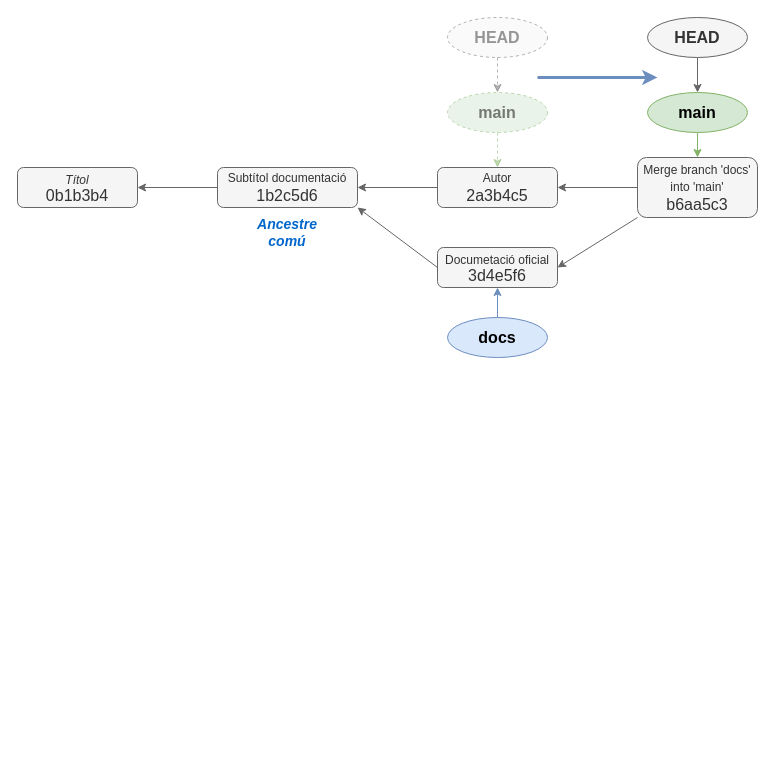
Above: docs/apunts/02_branques/img/after_divergent.drawio in joapuiib/curs-git (draw.io), before the change. Source tidied: cells renumbered, new cells numbered last; positions are measured from the earlier drawing's top-left corner, leaving out a move shared by most shapes. Both pictures are drawn from the tidied source at 100%, with x=0, y=0 at pixel (17, 17).
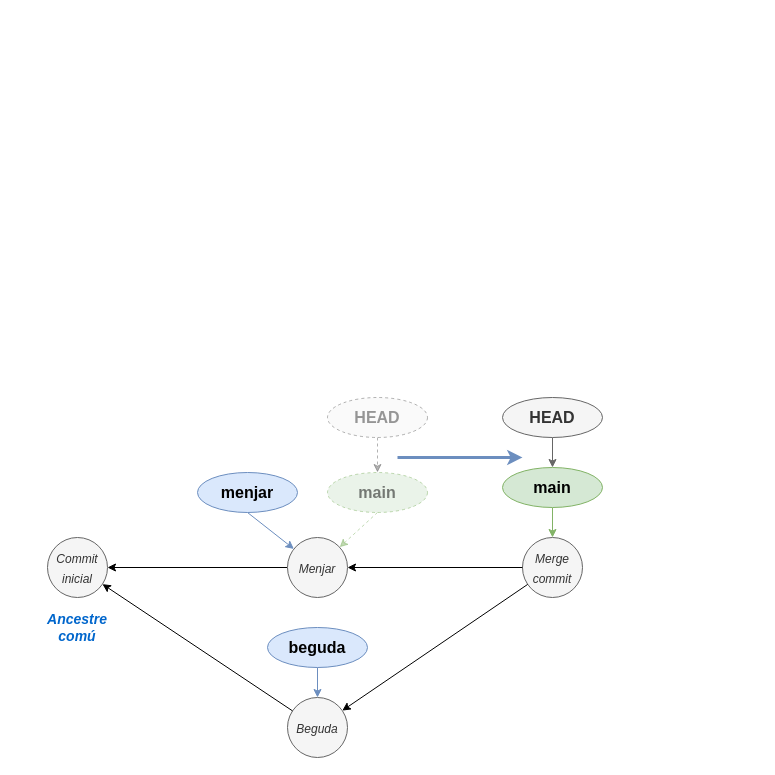
The same diagram, later.

Diff of the diagram source:
```diff
@@
+    <mxCell id="24" value="&lt;i style=&quot;font-size: 16px;&quot;&gt;&lt;font style=&quot;font-size: 12px;&quot;&gt;Commit inicial&lt;/font&gt;&lt;/i&gt;" style="ellipse;whiteSpace=wrap;html=1;fillColor=#f5f5f5;fontColor=#333333;strokeColor=#666666;" parent="1" vertex="1">
+      <mxGeometry x="30" y="520" width="60" height="60" as="geometry" />
+    </mxCell>
+    <mxCell id="25" style="rounded=0;jettySize=auto;html=1;" parent="1" edge="1" source="26" target="24">
+      <mxGeometry relative="1" as="geometry" />
+    </mxCell>
+    <mxCell id="26" value="&lt;i style=&quot;font-size: 16px;&quot;&gt;&lt;font style=&quot;font-size: 12px;&quot;&gt;Menjar&lt;/font&gt;&lt;/i&gt;" style="ellipse;whiteSpace=wrap;html=1;fillColor=#f5f5f5;fontColor=#333333;strokeColor=#666666;" parent="1" vertex="1">
+      <mxGeometry x="270" y="520" width="60" height="60" as="geometry" />
+    </mxCell>
+    <mxCell id="27" style="rounded=0;jettySize=auto;html=1;exitX=0.5;exitY=1;exitDx=0;exitDy=0;fillColor=#dae8fc;strokeColor=#6c8ebf;" parent="1" edge="1" source="28" target="26">
+      <mxGeometry relative="1" as="geometry" />
+    </mxCell>
+    <mxCell id="28" value="menjar" style="ellipse;whiteSpace=wrap;html=1;fillColor=#dae8fc;strokeColor=#6c8ebf;fontSize=16;fontStyle=1;" parent="1" vertex="1">
+      <mxGeometry x="180" y="455" width="100" height="40" as="geometry" />
+    </mxCell>
+    <mxCell id="29" value="&lt;i style=&quot;font-size: 16px;&quot;&gt;&lt;font style=&quot;font-size: 12px;&quot;&gt;Beguda&lt;/font&gt;&lt;/i&gt;" style="ellipse;whiteSpace=wrap;html=1;fillColor=#f5f5f5;fontColor=#333333;strokeColor=#666666;" parent="1" vertex="1">
+      <mxGeometry x="270" y="680" width="60" height="60" as="geometry" />
+    </mxCell>
+    <mxCell id="30" style="rounded=0;jettySize=auto;html=1;exitX=0.5;exitY=1;exitDx=0;exitDy=0;fillColor=#dae8fc;strokeColor=#6c8ebf;" parent="1" edge="1" source="31" target="29">
+      <mxGeometry relative="1" as="geometry" />
+    </mxCell>
+    <mxCell id="31" value="beguda" style="ellipse;whiteSpace=wrap;html=1;fillColor=#dae8fc;strokeColor=#6c8ebf;fontSize=16;fontStyle=1;" parent="1" vertex="1">
+      <mxGeometry x="250" y="610" width="100" height="40" as="geometry" />
+    </mxCell>
+    <mxCell id="32" style="rounded=0;jettySize=auto;html=1;" parent="1" edge="1" source="29" target="24">
+      <mxGeometry relative="1" as="geometry" />
+    </mxCell>
     <mxCell id="2" value="&lt;font color=&quot;#0066cc&quot; style=&quot;font-size: 14px;&quot;&gt;&lt;b&gt;Ancestre comú&lt;/b&gt;&lt;/font&gt;" style="text;html=1;strokeColor=none;fillColor=none;align=center;verticalAlign=middle;whiteSpace=wrap;rounded=0;fontStyle=2;" parent="1" vertex="1">
-      <mxGeometry x="240" y="200" width="60" height="30" as="geometry" />
+      <mxGeometry x="30" y="595" width="60" height="30" as="geometry" />
     </mxCell>
-    <mxCell id="3" value="&lt;div style=&quot;line-height: 100%;&quot;&gt;&lt;span style=&quot;background-color: initial;&quot;&gt;&lt;span style=&quot;font-size: 12px;&quot;&gt;&lt;i&gt;Títol&lt;/i&gt;&lt;/span&gt;&lt;/span&gt;&lt;/div&gt;&lt;div style=&quot;line-height: 100%;&quot;&gt;&lt;span style=&quot;background-color: initial;&quot;&gt;0b1b3b4&lt;/span&gt;&lt;br&gt;&lt;/div&gt;" style="rounded=1;whiteSpace=wrap;html=1;fontSize=16;fillColor=#f5f5f5;strokeColor=#666666;fontColor=#333333;" parent="1" vertex="1">
-      <mxGeometry y="150" width="120" height="40" as="geometry" />
-    </mxCell>
-    <mxCell id="4" style="rounded=0;jettySize=auto;html=1;exitX=0.5;exitY=1;exitDx=0;exitDy=0;fillColor=#dae8fc;strokeColor=#6c8ebf;" parent="1" edge="1" source="5" target="13">
-      <mxGeometry relative="1" as="geometry" />
-    </mxCell>
-    <mxCell id="5" value="docs" style="ellipse;whiteSpace=wrap;html=1;fillColor=#dae8fc;strokeColor=#6c8ebf;fontSize=16;fontStyle=1;" parent="1" vertex="1">
-      <mxGeometry x="430" y="300" width="100" height="40" as="geometry" />
-    </mxCell>
-    <mxCell id="6" style="edgeStyle=orthogonalEdgeStyle;rounded=0;jettySize=auto;html=1;exitX=0;exitY=0.5;exitDx=0;exitDy=0;fillColor=#f5f5f5;strokeColor=#666666;" parent="1" edge="1" source="7" target="3">
-      <mxGeometry relative="1" as="geometry" />
-    </mxCell>
-    <mxCell id="7" value="&lt;div style=&quot;line-height: 100%;&quot;&gt;&lt;font style=&quot;font-size: 12px;&quot;&gt;Subtítol documentació&lt;/font&gt;&lt;/div&gt;1b2c5d6" style="rounded=1;whiteSpace=wrap;html=1;fontSize=16;fillColor=#f5f5f5;strokeColor=#666666;fontColor=#333333;" parent="1" vertex="1">
-      <mxGeometry x="200" y="150" width="140" height="40" as="geometry" />
-    </mxCell>
-    <mxCell id="8" style="rounded=0;jettySize=auto;html=1;exitX=0.5;exitY=1;exitDx=0;exitDy=0;fillColor=#d5e8d4;strokeColor=#82b366;opacity=50;dashed=1;textOpacity=50;" parent="1" edge="1" source="9" target="14">
-      <mxGeometry relative="1" as="geometry" />
-    </mxCell>
+    <mxCell id="33" value="&lt;i style=&quot;font-size: 16px;&quot;&gt;&lt;font style=&quot;font-size: 12px;&quot;&gt;Merge commit&lt;/font&gt;&lt;/i&gt;" style="ellipse;whiteSpace=wrap;html=1;fillColor=#f5f5f5;fontColor=#333333;strokeColor=#666666;" parent="1" vertex="1">
+      <mxGeometry x="505" y="520" width="60" height="60" as="geometry" />
+    </mxCell>
+    <mxCell id="34" style="rounded=0;jettySize=auto;html=1;exitX=0.5;exitY=1;exitDx=0;exitDy=0;fillColor=#d5e8d4;strokeColor=#82b366;" parent="1" edge="1" source="20" target="33">
+      <mxGeometry relative="1" as="geometry" />
+    </mxCell>
+    <mxCell id="20" value="main" style="ellipse;whiteSpace=wrap;html=1;fillColor=#d5e8d4;strokeColor=#82b366;fontSize=16;fontStyle=1;" parent="1" vertex="1">
+      <mxGeometry x="485" y="450" width="100" height="40" as="geometry" />
+    </mxCell>
+    <mxCell id="21" style="edgeStyle=orthogonalEdgeStyle;rounded=0;jettySize=auto;html=1;exitX=0.5;exitY=1;exitDx=0;exitDy=0;fillColor=#f5f5f5;strokeColor=#666666;" parent="1" edge="1" source="22" target="20">
+      <mxGeometry relative="1" as="geometry" />
+    </mxCell>
+    <mxCell id="22" value="HEAD" style="ellipse;whiteSpace=wrap;html=1;fillColor=#f5f5f5;strokeColor=#666666;fontSize=16;fontStyle=1;fontColor=#333333;" parent="1" vertex="1">
+      <mxGeometry x="485" y="380" width="100" height="40" as="geometry" />
+    </mxCell>
+    <mxCell id="35" style="rounded=0;jettySize=auto;html=1;exitX=0.5;exitY=1;exitDx=0;exitDy=0;fillColor=#d5e8d4;strokeColor=#82b366;opacity=50;dashed=1;textOpacity=50;" parent="1" edge="1" source="9" target="26">
+      <mxGeometry relative="1" as="geometry" />
+    </mxCell>
     <mxCell id="9" value="main" style="ellipse;whiteSpace=wrap;html=1;fillColor=#d5e8d4;strokeColor=#82b366;fontSize=16;fontStyle=1;opacity=50;dashed=1;textOpacity=50;" parent="1" vertex="1">
-      <mxGeometry x="430" y="75" width="100" height="40" as="geometry" />
+      <mxGeometry x="310" y="455" width="100" height="40" as="geometry" />
     </mxCell>
@@
     <mxCell id="11" value="HEAD" style="ellipse;whiteSpace=wrap;html=1;fillColor=#f5f5f5;strokeColor=#666666;fontSize=16;fontStyle=1;fontColor=#333333;opacity=50;dashed=1;textOpacity=50;" parent="1" vertex="1">
-      <mxGeometry x="430" width="100" height="40" as="geometry" />
+      <mxGeometry x="310" y="380" width="100" height="40" as="geometry" />
     </mxCell>
-    <mxCell id="12" style="edgeStyle=orthogonalEdgeStyle;rounded=0;jettySize=auto;html=1;fillColor=#f5f5f5;strokeColor=#666666;" parent="1" edge="1" source="14" target="7">
-      <mxGeometry relative="1" as="geometry" />
-    </mxCell>
-    <mxCell id="13" value="&lt;div style=&quot;line-height: 100%;&quot;&gt;&lt;span style=&quot;background-color: initial;&quot;&gt;&lt;span style=&quot;font-size: 12px;&quot;&gt;Documetació oficial&lt;/span&gt;&lt;/span&gt;&lt;/div&gt;&lt;div style=&quot;line-height: 100%;&quot;&gt;&lt;span style=&quot;background-color: initial;&quot;&gt;3d4e5f6&lt;/span&gt;&lt;br&gt;&lt;/div&gt;" style="rounded=1;whiteSpace=wrap;html=1;fontSize=16;fillColor=#f5f5f5;strokeColor=#666666;fontColor=#333333;" parent="1" vertex="1">
-      <mxGeometry x="420" y="230" width="120" height="40" as="geometry" />
-    </mxCell>
-    <mxCell id="14" value="&lt;div style=&quot;line-height: 100%;&quot;&gt;&lt;font style=&quot;font-size: 12px;&quot;&gt;Autor&lt;/font&gt;&lt;/div&gt;2a3b4c5" style="rounded=1;whiteSpace=wrap;html=1;fontSize=16;fillColor=#f5f5f5;strokeColor=#666666;fontColor=#333333;" parent="1" vertex="1">
-      <mxGeometry x="420" y="150" width="120" height="40" as="geometry" />
-    </mxCell>
-    <mxCell id="15" style="rounded=0;jettySize=auto;html=1;fillColor=#f5f5f5;strokeColor=#666666;exitX=0;exitY=0.5;exitDx=0;exitDy=0;entryX=1;entryY=1;entryDx=0;entryDy=0;" parent="1" edge="1" source="13" target="7">
-      <mxGeometry relative="1" as="geometry" />
-    </mxCell>
-    <mxCell id="16" value="&lt;div style=&quot;line-height: 100%;&quot;&gt;&lt;font style=&quot;font-size: 12px;&quot;&gt;Merge branch 'docs' into 'main'&lt;/font&gt;&lt;/div&gt;b6aa5c3" style="rounded=1;whiteSpace=wrap;html=1;fontSize=16;fillColor=#f5f5f5;strokeColor=#666666;fontColor=#333333;" parent="1" vertex="1">
-      <mxGeometry x="620" y="140" width="120" height="60" as="geometry" />
-    </mxCell>
-    <mxCell id="17" style="edgeStyle=orthogonalEdgeStyle;rounded=0;jettySize=auto;html=1;fillColor=#f5f5f5;strokeColor=#666666;" parent="1" edge="1" source="16" target="14">
-      <mxGeometry relative="1" as="geometry" />
-    </mxCell>
-    <mxCell id="18" style="rounded=0;jettySize=auto;html=1;fillColor=#f5f5f5;strokeColor=#666666;exitX=0;exitY=1;exitDx=0;exitDy=0;entryX=1;entryY=0.5;entryDx=0;entryDy=0;" parent="1" edge="1" source="16" target="13">
-      <mxGeometry relative="1" as="geometry" />
-    </mxCell>
-    <mxCell id="19" style="rounded=0;jettySize=auto;html=1;exitX=0.5;exitY=1;exitDx=0;exitDy=0;fillColor=#d5e8d4;strokeColor=#82b366;" parent="1" edge="1" source="20" target="16">
-      <mxGeometry relative="1" as="geometry" />
-    </mxCell>
-    <mxCell id="20" value="main" style="ellipse;whiteSpace=wrap;html=1;fillColor=#d5e8d4;strokeColor=#82b366;fontSize=16;fontStyle=1;" parent="1" vertex="1">
-      <mxGeometry x="630" y="75" width="100" height="40" as="geometry" />
-    </mxCell>
-    <mxCell id="21" style="edgeStyle=orthogonalEdgeStyle;rounded=0;jettySize=auto;html=1;exitX=0.5;exitY=1;exitDx=0;exitDy=0;fillColor=#f5f5f5;strokeColor=#666666;entryX=0.5;entryY=0;entryDx=0;entryDy=0;" parent="1" edge="1" source="22" target="20">
-      <mxGeometry relative="1" as="geometry" />
-    </mxCell>
-    <mxCell id="22" value="HEAD" style="ellipse;whiteSpace=wrap;html=1;fillColor=#f5f5f5;strokeColor=#666666;fontSize=16;fontStyle=1;fontColor=#333333;" parent="1" vertex="1">
-      <mxGeometry x="630" width="100" height="40" as="geometry" />
-    </mxCell>
-    <mxCell id="23" style="endArrow=classic;html=1;rounded=0;strokeWidth=3;fillColor=#dae8fc;strokeColor=#6c8ebf;" parent="1" edge="1">
-      <mxGeometry relative="1" as="geometry">
-        <mxPoint x="520" y="60" as="sourcePoint" />
-        <mxPoint x="640" y="60" as="targetPoint" />
-      </mxGeometry>
-    </mxCell>
+    <mxCell id="36" style="rounded=0;jettySize=auto;html=1;" parent="1" edge="1" source="33" target="29">
+      <mxGeometry relative="1" as="geometry" />
+    </mxCell>
+    <mxCell id="37" style="rounded=0;jettySize=auto;html=1;" parent="1" edge="1" source="33" target="26">
+      <mxGeometry relative="1" as="geometry" />
+    </mxCell>
+    <mxCell id="38" style="endArrow=classic;html=1;rounded=0;strokeWidth=3;fillColor=#dae8fc;strokeColor=#6c8ebf;" parent="1" edge="1">
+      <mxGeometry relative="1" as="geometry">
+        <mxPoint x="380" y="440" as="sourcePoint" />
+        <mxPoint x="505" y="440" as="targetPoint" />
+      </mxGeometry>
+    </mxCell>
```
